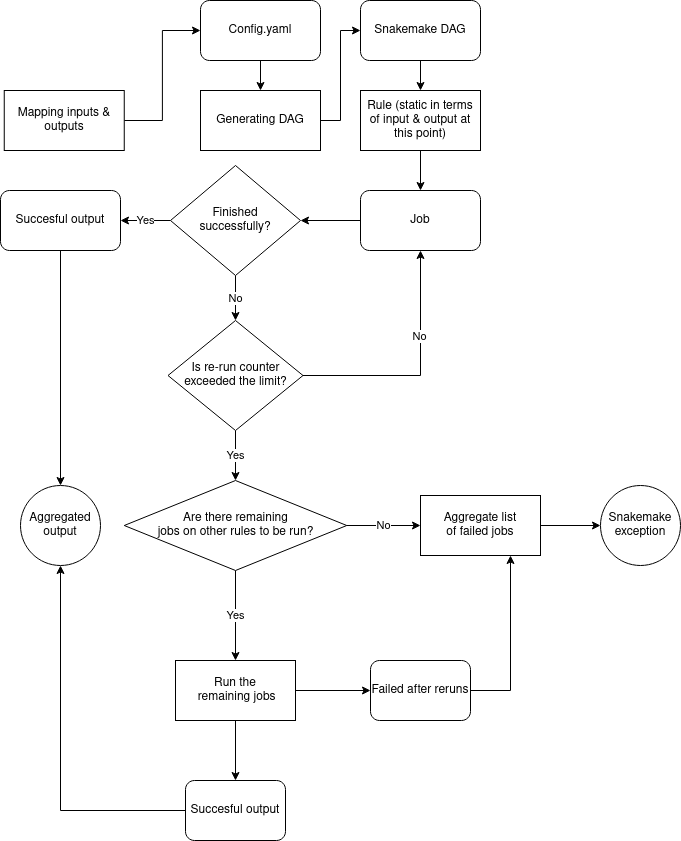
Before: notes/architect.drawio.png, a diagram exported from draw.io (NMRL/Ardetype). Source tidied: cells renumbered, new cells last; positions are measured from the earlier drawing's top-left corner, leaving out a move shared by most shapes.
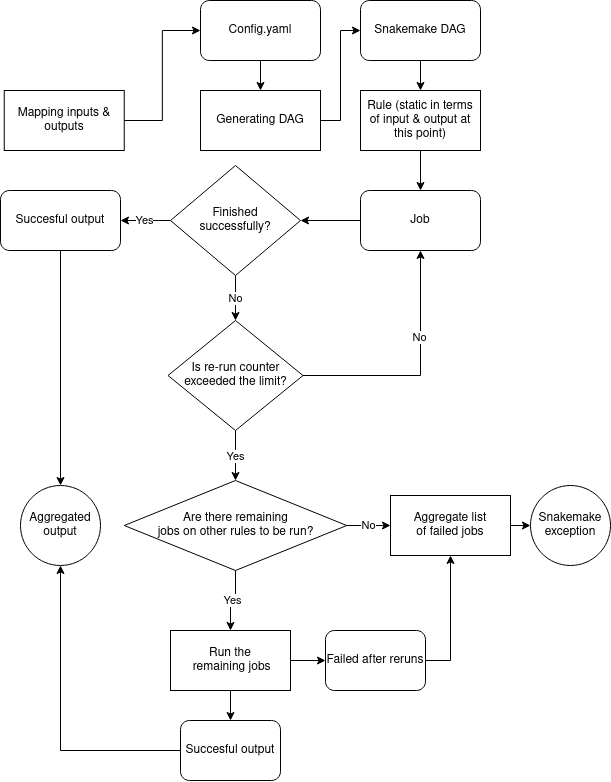
Above is the later version.

Change to the diagram source:
```diff
@@ -67,56 +67,44 @@
     <mxCell id="22" value="Is re-run counter exceeded the limit?" style="rhombus;whiteSpace=wrap;html=1;" parent="1" vertex="1">
       <mxGeometry x="167.5" y="320" width="135" height="110" as="geometry" />
     </mxCell>
-    <mxCell id="23" value="No" style="edgeStyle=orthogonalEdgeStyle;rounded=0;jettySize=auto;html=1;exitX=1;exitY=0.5;exitDx=0;exitDy=0;" parent="1" edge="1" source="25">
-      <mxGeometry relative="1" as="geometry">
-        <mxPoint x="420" y="525" as="targetPoint" />
-      </mxGeometry>
+    <mxCell id="23" value="No" style="edgeStyle=orthogonalEdgeStyle;rounded=0;jettySize=auto;html=1;exitX=1;exitY=0.5;exitDx=0;exitDy=0;entryX=0;entryY=0.5;entryDx=0;entryDy=0;" parent="1" edge="1" source="25" target="34">
+      <mxGeometry relative="1" as="geometry" />
     </mxCell>
-    <mxCell id="24" value="Yes" style="edgeStyle=orthogonalEdgeStyle;rounded=0;jettySize=auto;html=1;exitX=0.5;exitY=1;exitDx=0;exitDy=0;" parent="1" edge="1" source="25">
-      <mxGeometry relative="1" as="geometry">
-        <mxPoint x="235" y="660" as="targetPoint" />
-        <Array as="points">
-          <mxPoint x="235" y="610" />
-          <mxPoint x="235" y="610" />
-        </Array>
-      </mxGeometry>
+    <mxCell id="24" value="Yes" style="edgeStyle=orthogonalEdgeStyle;rounded=0;jettySize=auto;html=1;exitX=0.5;exitY=1;exitDx=0;exitDy=0;entryX=0.5;entryY=0;entryDx=0;entryDy=0;" parent="1" edge="1" source="25" target="28">
+      <mxGeometry relative="1" as="geometry" />
     </mxCell>
     <mxCell id="25" value="&lt;div&gt;Are there remaining &lt;br&gt;&lt;/div&gt;&lt;div&gt;jobs on other rules to be run?&lt;/div&gt;" style="rhombus;whiteSpace=wrap;html=1;" parent="1" vertex="1">
       <mxGeometry x="123.8" y="480" width="222.5" height="90" as="geometry" />
     </mxCell>
-    <mxCell id="26" style="edgeStyle=orthogonalEdgeStyle;rounded=0;jettySize=auto;html=1;exitX=1;exitY=0.5;exitDx=0;exitDy=0;" parent="1" edge="1" source="28">
-      <mxGeometry relative="1" as="geometry">
-        <mxPoint x="370" y="690" as="targetPoint" />
-      </mxGeometry>
+    <mxCell id="26" style="edgeStyle=orthogonalEdgeStyle;rounded=0;jettySize=auto;html=1;exitX=1;exitY=0.5;exitDx=0;exitDy=0;entryX=0;entryY=0.5;entryDx=0;entryDy=0;" parent="1" edge="1" source="28" target="30">
+      <mxGeometry relative="1" as="geometry" />
     </mxCell>
-    <mxCell id="27" style="edgeStyle=orthogonalEdgeStyle;rounded=0;jettySize=auto;html=1;exitX=0.5;exitY=1;exitDx=0;exitDy=0;" parent="1" edge="1" source="28">
-      <mxGeometry relative="1" as="geometry">
-        <mxPoint x="235" y="780" as="targetPoint" />
-      </mxGeometry>
+    <mxCell id="27" style="edgeStyle=orthogonalEdgeStyle;rounded=0;jettySize=auto;html=1;exitX=0.5;exitY=1;exitDx=0;exitDy=0;" parent="1" edge="1" source="28" target="32">
+      <mxGeometry relative="1" as="geometry" />
     </mxCell>
     <mxCell id="28" value="&lt;div&gt;Run the&lt;/div&gt;&lt;div&gt;&amp;nbsp;remaining jobs&lt;/div&gt;" style="rounded=0;whiteSpace=wrap;html=1;" parent="1" vertex="1">
-      <mxGeometry x="175" y="660" width="120" height="60" as="geometry" />
+      <mxGeometry x="170" y="630" width="120" height="60" as="geometry" />
     </mxCell>
-    <mxCell id="29" style="edgeStyle=orthogonalEdgeStyle;rounded=0;jettySize=auto;html=1;exitX=1;exitY=0.5;exitDx=0;exitDy=0;entryX=0.75;entryY=1;entryDx=0;entryDy=0;" parent="1" edge="1" source="30" target="34">
+    <mxCell id="29" style="edgeStyle=orthogonalEdgeStyle;rounded=0;jettySize=auto;html=1;exitX=1;exitY=0.5;exitDx=0;exitDy=0;entryX=0.5;entryY=1;entryDx=0;entryDy=0;" parent="1" edge="1" source="30" target="34">
       <mxGeometry relative="1" as="geometry" />
     </mxCell>
     <mxCell id="30" value="Failed after reruns " style="rounded=1;whiteSpace=wrap;html=1;" parent="1" vertex="1">
-      <mxGeometry x="370" y="660" width="100" height="60" as="geometry" />
+      <mxGeometry x="325" y="630" width="100" height="60" as="geometry" />
     </mxCell>
     <mxCell id="31" style="edgeStyle=orthogonalEdgeStyle;rounded=0;jettySize=auto;html=1;exitX=0;exitY=0.5;exitDx=0;exitDy=0;entryX=0.5;entryY=1;entryDx=0;entryDy=0;" parent="1" edge="1" source="32" target="36">
       <mxGeometry relative="1" as="geometry" />
     </mxCell>
     <mxCell id="32" value="Succesful output" style="rounded=1;whiteSpace=wrap;html=1;" parent="1" vertex="1">
-      <mxGeometry x="185" y="780" width="100" height="60" as="geometry" />
+      <mxGeometry x="180" y="720" width="100" height="60" as="geometry" />
     </mxCell>
     <mxCell id="33" style="edgeStyle=orthogonalEdgeStyle;rounded=0;jettySize=auto;html=1;exitX=1;exitY=0.5;exitDx=0;exitDy=0;entryX=0;entryY=0.5;entryDx=0;entryDy=0;" parent="1" edge="1" source="34" target="35">
       <mxGeometry relative="1" as="geometry" />
     </mxCell>
     <mxCell id="34" value="&lt;div&gt;Aggregate list &lt;br&gt;&lt;/div&gt;&lt;div&gt;of failed jobs&lt;/div&gt;" style="rounded=0;whiteSpace=wrap;html=1;" parent="1" vertex="1">
-      <mxGeometry x="420" y="495" width="120" height="60" as="geometry" />
+      <mxGeometry x="390" y="495" width="120" height="60" as="geometry" />
     </mxCell>
     <mxCell id="35" value="&lt;div&gt;Snakemake&lt;/div&gt;&lt;div&gt;exception&lt;br&gt;&lt;/div&gt;" style="ellipse;whiteSpace=wrap;html=1;" parent="1" vertex="1">
-      <mxGeometry x="600" y="485" width="80" height="80" as="geometry" />
+      <mxGeometry x="530" y="485" width="80" height="80" as="geometry" />
     </mxCell>
     <mxCell id="36" value="Aggregated&lt;br&gt;output" style="ellipse;whiteSpace=wrap;html=1;" parent="1" vertex="1">
       <mxGeometry x="20" y="485" width="80" height="80" as="geometry" />
```
